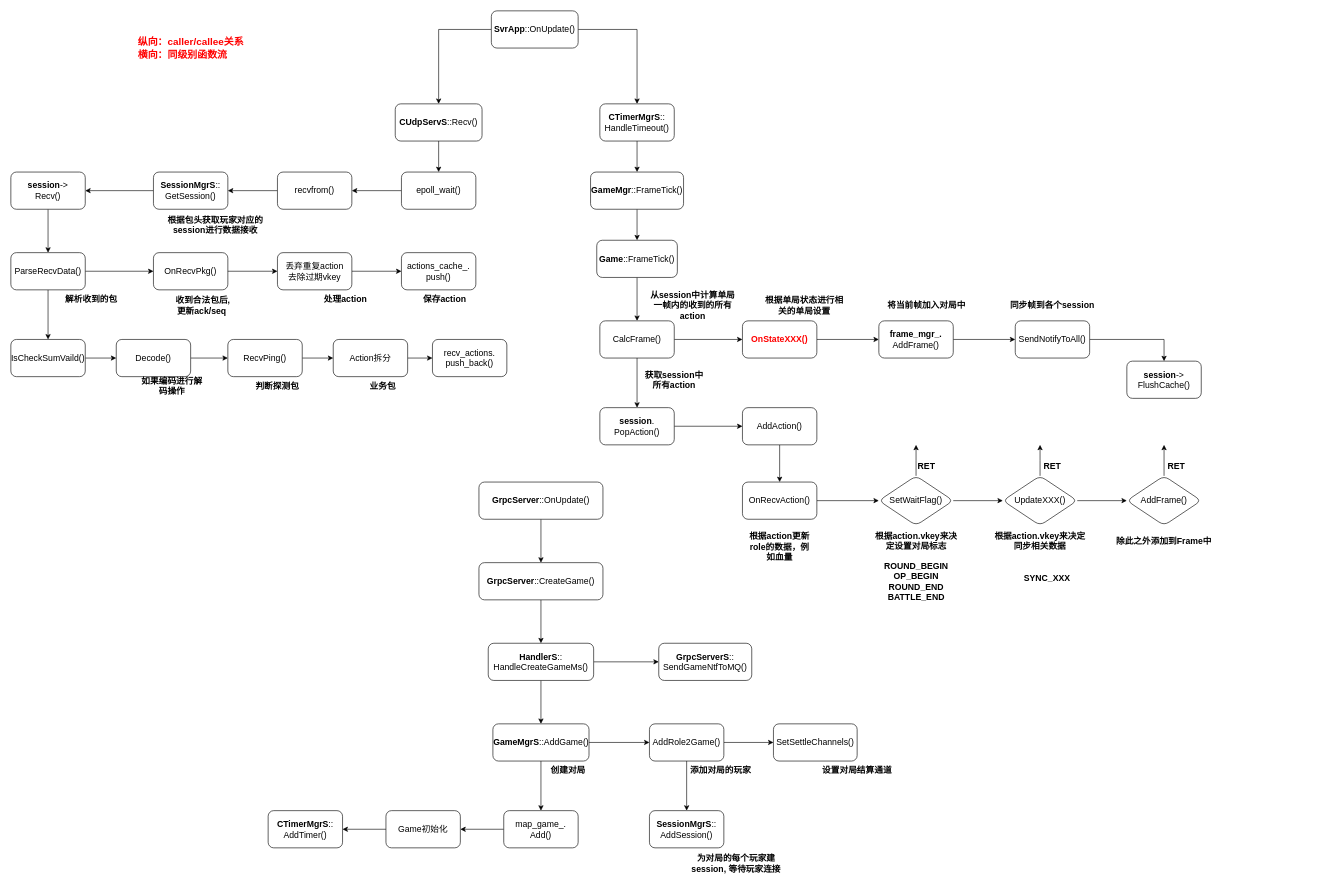
This is pvp.drawio from walkerdu/draw_io, a draw.io file, before an edit. Source tidied: cells renumbered, new cells numbered last; positions are measured from the earlier drawing's top-left corner, leaving out a move shared by most shapes. Both pictures are drawn from the tidied source at 62%, with x=0, y=0 at pixel (11, 11).
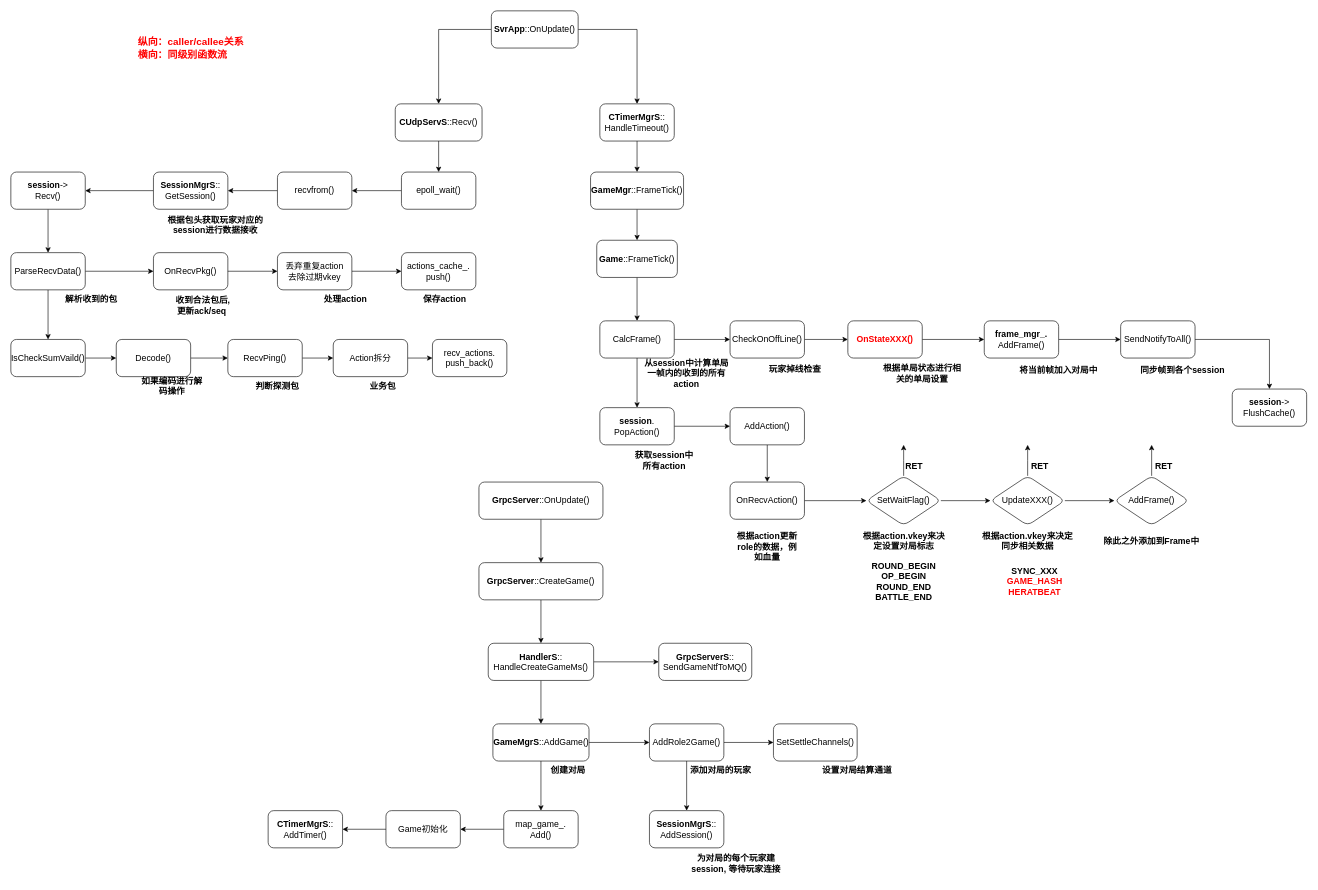
Above is the later version.

The change refers to these unchanged cells:
```xml
<mxCell id="29" value="&lt;font style=&quot;font-size: 14px&quot;&gt;CalcFrame()&lt;/font&gt;" style="whiteSpace=wrap;html=1;rounded=1;" parent="1" vertex="1">
  <mxGeometry x="950" y="500" width="120" height="60" as="geometry" />
</mxCell>
```

The edit, as a diff of the source:
```diff
@@
     <mxCell id="11" value="&lt;font style=&quot;font-size: 14px&quot;&gt;从session中计算单局一帧内的收到的所有action&lt;/font&gt;" style="text;html=1;strokeColor=none;fillColor=none;align=center;verticalAlign=middle;whiteSpace=wrap;rounded=0;fontStyle=1;" parent="1" vertex="1">
-      <mxGeometry x="1030" y="460" width="140" height="30" as="geometry" />
+      <mxGeometry x="1020" y="570" width="140" height="30" as="geometry" />
     </mxCell>
@@
     <mxCell id="13" value="&lt;font style=&quot;font-size: 14px&quot; color=&quot;#ff0000&quot;&gt;&lt;b&gt;OnStateXXX()&lt;/b&gt;&lt;/font&gt;" style="whiteSpace=wrap;html=1;rounded=1;" parent="1" vertex="1">
-      <mxGeometry x="1180" y="500" width="120" height="60" as="geometry" />
+      <mxGeometry x="1350" y="500" width="120" height="60" as="geometry" />
     </mxCell>
     <mxCell id="14" value="&lt;span style=&quot;font-size: 14px&quot;&gt;根据单局状态进行相关的单局设置&lt;/span&gt;" style="text;html=1;strokeColor=none;fillColor=none;align=center;verticalAlign=middle;whiteSpace=wrap;rounded=0;fontStyle=1;" parent="1" vertex="1">
-      <mxGeometry x="1210" y="460" width="140" height="30" as="geometry" />
+      <mxGeometry x="1400" y="570" width="140" height="30" as="geometry" />
     </mxCell>
@@
     <mxCell id="18" value="&lt;span style=&quot;font-size: 14px&quot;&gt;将当前帧加入对局中&lt;/span&gt;" style="text;html=1;strokeColor=none;fillColor=none;align=center;verticalAlign=middle;whiteSpace=wrap;rounded=0;fontStyle=1;" parent="1" vertex="1">
-      <mxGeometry x="1407" y="460" width="140" height="30" as="geometry" />
+      <mxGeometry x="1620" y="565" width="140" height="30" as="geometry" />
     </mxCell>
@@
     <mxCell id="20" value="&lt;font style=&quot;font-size: 14px&quot;&gt;SendNotifyToAll()&lt;/font&gt;" style="whiteSpace=wrap;html=1;rounded=1;" parent="1" vertex="1">
-      <mxGeometry x="1620" y="500" width="120" height="60" as="geometry" />
+      <mxGeometry x="1790" y="500" width="120" height="60" as="geometry" />
     </mxCell>
     <mxCell id="21" value="&lt;span style=&quot;font-size: 14px&quot;&gt;同步帧到各个session&lt;/span&gt;" style="text;html=1;strokeColor=none;fillColor=none;align=center;verticalAlign=middle;whiteSpace=wrap;rounded=0;fontStyle=1;" parent="1" vertex="1">
-      <mxGeometry x="1610" y="460" width="140" height="30" as="geometry" />
+      <mxGeometry x="1820" y="565" width="140" height="30" as="geometry" />
     </mxCell>
@@
-    <mxCell id="24" style="edgeStyle=orthogonalEdgeStyle;rounded=0;jettySize=auto;html=1;" parent="1" edge="1" source="25" target="32">
+    <mxCell id="24" style="edgeStyle=orthogonalEdgeStyle;rounded=0;jettySize=auto;html=1;exitX=0.5;exitY=1;exitDx=0;exitDy=0;" parent="1" edge="1" source="25" target="32">
       <mxGeometry relative="1" as="geometry" />
     </mxCell>
     <mxCell id="25" value="&lt;span style=&quot;font-size: 14px&quot;&gt;AddAction()&lt;/span&gt;" style="whiteSpace=wrap;html=1;rounded=1;" parent="1" vertex="1">
-      <mxGeometry x="1180" y="640" width="120" height="60" as="geometry" />
+      <mxGeometry x="1160" y="640" width="120" height="60" as="geometry" />
     </mxCell>
     <mxCell id="26" value="&lt;font style=&quot;font-size: 14px&quot;&gt;&lt;b&gt;frame_mgr_.&lt;br&gt;&lt;/b&gt;AddFrame()&lt;/font&gt;" style="whiteSpace=wrap;html=1;rounded=1;" parent="1" vertex="1">
-      <mxGeometry x="1400" y="500" width="120" height="60" as="geometry" />
+      <mxGeometry x="1570" y="500" width="120" height="60" as="geometry" />
     </mxCell>
-    <mxCell id="27" style="edgeStyle=orthogonalEdgeStyle;rounded=0;jettySize=auto;html=1;" parent="1" edge="1" source="29" target="13">
-      <mxGeometry relative="1" as="geometry" />
-    </mxCell>
@@
+    <mxCell id="110" style="edgeStyle=orthogonalEdgeStyle;rounded=0;jettySize=auto;html=1;" parent="1" edge="1" source="29" target="112">
+      <mxGeometry relative="1" as="geometry" />
+    </mxCell>
@@
     <mxCell id="30" value="&lt;font style=&quot;font-size: 14px&quot;&gt;获取session中所有action&lt;/font&gt;" style="text;html=1;strokeColor=none;fillColor=none;align=center;verticalAlign=middle;whiteSpace=wrap;rounded=0;fontStyle=1;" parent="1" vertex="1">
-      <mxGeometry x="1020" y="580" width="100" height="30" as="geometry" />
+      <mxGeometry x="1004" y="710" width="100" height="30" as="geometry" />
     </mxCell>
@@
     <mxCell id="32" value="&lt;font style=&quot;font-size: 14px&quot;&gt;OnRecvAction()&lt;/font&gt;" style="whiteSpace=wrap;html=1;rounded=1;" parent="1" vertex="1">
-      <mxGeometry x="1180" y="760" width="120" height="60" as="geometry" />
+      <mxGeometry x="1160" y="760" width="120" height="60" as="geometry" />
     </mxCell>
     <mxCell id="33" value="&lt;span style=&quot;font-size: 14px&quot;&gt;根据action更新role的数据，例如血量&lt;/span&gt;" style="text;html=1;strokeColor=none;fillColor=none;align=center;verticalAlign=middle;whiteSpace=wrap;rounded=0;fontStyle=1;" parent="1" vertex="1">
-      <mxGeometry x="1190" y="840" width="100" height="50" as="geometry" />
+      <mxGeometry x="1170" y="840" width="100" height="50" as="geometry" />
     </mxCell>
@@
     <mxCell id="35" value="&lt;font style=&quot;font-size: 14px&quot;&gt;SetWaitFlag()&lt;/font&gt;" style="rhombus;whiteSpace=wrap;html=1;rounded=1;" parent="1" vertex="1">
-      <mxGeometry x="1400" y="750" width="120" height="80" as="geometry" />
+      <mxGeometry x="1380" y="750" width="120" height="80" as="geometry" />
     </mxCell>
     <mxCell id="36" value="&lt;span style=&quot;font-size: 14px&quot;&gt;根据action.vkey来决定设置对局标志&lt;/span&gt;" style="text;html=1;strokeColor=none;fillColor=none;align=center;verticalAlign=middle;whiteSpace=wrap;rounded=0;fontStyle=1;" parent="1" vertex="1">
-      <mxGeometry x="1388.5" y="830" width="143" height="50" as="geometry" />
+      <mxGeometry x="1368.5" y="830" width="143" height="50" as="geometry" />
     </mxCell>
     <mxCell id="37" style="edgeStyle=orthogonalEdgeStyle;rounded=0;jettySize=auto;html=1;" parent="1" edge="1" source="35">
       <mxGeometry relative="1" as="geometry">
-        <mxPoint x="1460" y="700" as="targetPoint" />
+        <mxPoint x="1440" y="700" as="targetPoint" />
       </mxGeometry>
     </mxCell>
@@
     <mxCell id="39" value="&lt;font style=&quot;font-size: 14px&quot;&gt;UpdateXXX()&lt;/font&gt;" style="rhombus;whiteSpace=wrap;html=1;rounded=1;" parent="1" vertex="1">
-      <mxGeometry x="1600" y="750" width="120" height="80" as="geometry" />
+      <mxGeometry x="1580" y="750" width="120" height="80" as="geometry" />
     </mxCell>
     <mxCell id="40" value="&lt;span style=&quot;font-size: 14px&quot;&gt;除此之外添加到Frame中&lt;/span&gt;" style="text;html=1;strokeColor=none;fillColor=none;align=center;verticalAlign=middle;whiteSpace=wrap;rounded=0;fontStyle=1;" parent="1" vertex="1">
-      <mxGeometry x="1780" y="830" width="160" height="50" as="geometry" />
+      <mxGeometry x="1760" y="830" width="160" height="50" as="geometry" />
     </mxCell>
     <mxCell id="41" value="&lt;font&gt;&lt;font style=&quot;font-size: 14px&quot;&gt;ROUND_BEGIN&lt;br&gt;OP_BEGIN&lt;br&gt;ROUND_END&lt;br&gt;BATTLE_END&lt;/font&gt;&lt;br&gt;&lt;/font&gt;" style="text;html=1;strokeColor=none;fillColor=none;align=center;verticalAlign=middle;whiteSpace=wrap;rounded=0;fontStyle=1;" parent="1" vertex="1">
-      <mxGeometry x="1388.5" y="890" width="143" height="60" as="geometry" />
+      <mxGeometry x="1368.5" y="890" width="143" height="60" as="geometry" />
     </mxCell>
     <mxCell id="42" value="&lt;span style=&quot;font-size: 14px&quot;&gt;AddFrame()&lt;/span&gt;" style="rhombus;whiteSpace=wrap;html=1;rounded=1;" parent="1" vertex="1">
-      <mxGeometry x="1800" y="750" width="120" height="80" as="geometry" />
+      <mxGeometry x="1780" y="750" width="120" height="80" as="geometry" />
     </mxCell>
     <mxCell id="43" value="&lt;span style=&quot;font-size: 14px&quot;&gt;根据action.vkey来决定&lt;br&gt;同步相关数据&lt;br&gt;&lt;/span&gt;" style="text;html=1;strokeColor=none;fillColor=none;align=center;verticalAlign=middle;whiteSpace=wrap;rounded=0;fontStyle=1;" parent="1" vertex="1">
-      <mxGeometry x="1580" y="830" width="160" height="50" as="geometry" />
+      <mxGeometry x="1560" y="830" width="160" height="50" as="geometry" />
     </mxCell>
-    <mxCell id="44" value="&lt;span style=&quot;font-size: 14px&quot;&gt;SYNC_XXX&lt;/span&gt;" style="text;html=1;strokeColor=none;fillColor=none;align=center;verticalAlign=middle;whiteSpace=wrap;rounded=0;fontStyle=1;" parent="1" vertex="1">
-      <mxGeometry x="1600" y="890" width="143" height="50" as="geometry" />
+    <mxCell id="44" value="&lt;font style=&quot;font-size: 14px&quot;&gt;SYNC_XXX&lt;br&gt;&lt;font color=&quot;#ff0000&quot;&gt;GAME_HASH&lt;br&gt;HERATBEAT&lt;/font&gt;&lt;/font&gt;" style="text;html=1;strokeColor=none;fillColor=none;align=center;verticalAlign=middle;whiteSpace=wrap;rounded=0;fontStyle=1;" parent="1" vertex="1">
+      <mxGeometry x="1580" y="890" width="143" height="60" as="geometry" />
     </mxCell>
     <mxCell id="45" style="edgeStyle=orthogonalEdgeStyle;rounded=0;jettySize=auto;html=1;exitX=0.5;exitY=0;exitDx=0;exitDy=0;" parent="1" edge="1" source="39">
       <mxGeometry relative="1" as="geometry">
-        <mxPoint x="1660" y="700" as="targetPoint" />
+        <mxPoint x="1640" y="700" as="targetPoint" />
       </mxGeometry>
     </mxCell>
     <mxCell id="46" style="endArrow=classic;html=1;exitX=0.5;exitY=0;exitDx=0;exitDy=0;" parent="1" edge="1" source="42">
       <mxGeometry relative="1" as="geometry">
-        <mxPoint x="1860" y="700" as="targetPoint" />
+        <mxPoint x="1840" y="700" as="targetPoint" />
       </mxGeometry>
     </mxCell>
     <mxCell id="47" value="&lt;span style=&quot;font-size: 14px&quot;&gt;RET&lt;/span&gt;" style="text;html=1;strokeColor=none;fillColor=none;align=center;verticalAlign=middle;whiteSpace=wrap;rounded=0;fontStyle=1;" parent="1" vertex="1">
-      <mxGeometry x="1457" y="720" width="40" height="30" as="geometry" />
+      <mxGeometry x="1437" y="720" width="40" height="30" as="geometry" />
     </mxCell>
     <mxCell id="48" value="&lt;span style=&quot;font-size: 14px&quot;&gt;RET&lt;/span&gt;" style="text;html=1;strokeColor=none;fillColor=none;align=center;verticalAlign=middle;whiteSpace=wrap;rounded=0;fontStyle=1;" parent="1" vertex="1">
-      <mxGeometry x="1660" y="720" width="40" height="30" as="geometry" />
+      <mxGeometry x="1640" y="720" width="40" height="30" as="geometry" />
     </mxCell>
     <mxCell id="49" value="&lt;span style=&quot;font-size: 14px&quot;&gt;RET&lt;/span&gt;" style="text;html=1;strokeColor=none;fillColor=none;align=center;verticalAlign=middle;whiteSpace=wrap;rounded=0;fontStyle=1;" parent="1" vertex="1">
-      <mxGeometry x="1860" y="720" width="40" height="30" as="geometry" />
+      <mxGeometry x="1840" y="720" width="40" height="30" as="geometry" />
     </mxCell>
@@
     <mxCell id="107" value="&lt;font style=&quot;font-size: 14px&quot;&gt;&lt;b&gt;session&lt;/b&gt;-&amp;gt;&lt;br&gt;FlushCache()&lt;/font&gt;" style="whiteSpace=wrap;html=1;rounded=1;" parent="1" vertex="1">
-      <mxGeometry x="1800" y="565" width="120" height="60" as="geometry" />
+      <mxGeometry x="1970" y="610" width="120" height="60" as="geometry" />
     </mxCell>
@@
+    <mxCell id="111" style="edgeStyle=orthogonalEdgeStyle;rounded=0;jettySize=auto;html=1;" parent="1" edge="1" source="112" target="13">
+      <mxGeometry relative="1" as="geometry" />
+    </mxCell>
+    <mxCell id="112" value="&lt;font style=&quot;font-size: 14px&quot;&gt;CheckOnOffLine()&lt;/font&gt;" style="whiteSpace=wrap;html=1;rounded=1;" parent="1" vertex="1">
+      <mxGeometry x="1160" y="500" width="120" height="60" as="geometry" />
+    </mxCell>
+    <mxCell id="113" value="&lt;span style=&quot;font-size: 14px&quot;&gt;玩家掉线检查&lt;/span&gt;" style="text;html=1;strokeColor=none;fillColor=none;align=center;verticalAlign=middle;whiteSpace=wrap;rounded=0;fontStyle=1;" parent="1" vertex="1">
+      <mxGeometry x="1195" y="565" width="140" height="25" as="geometry" />
+    </mxCell>
```
